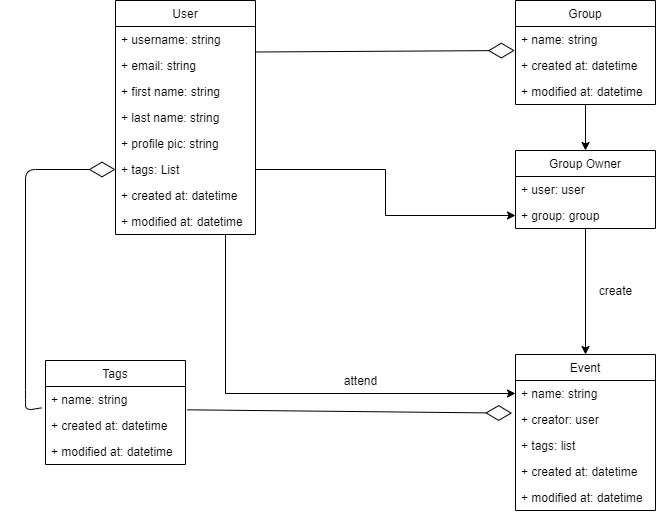
This is planing/images/classdiagram.png from freewarelovers/BetterMeet, a draw.io export, as it was before one commit. Source tidied: cells renumbered, new cells last; positions are measured from the earlier drawing's top-left corner, leaving out a move shared by most shapes. Its diagram source:
```xml
<mxGraphModel>
  <root>
    <mxCell id="0" />
    <mxCell id="1" parent="0" />
    <mxCell id="2" style="edgeStyle=orthogonalEdgeStyle;rounded=0;jettySize=auto;html=1;" parent="1" edge="1" source="3" target="25">
      <mxGeometry relative="1" as="geometry">
        <Array as="points">
          <mxPoint x="200" y="393" />
        </Array>
      </mxGeometry>
    </mxCell>
    <mxCell id="3" value="User" style="swimlane;fontStyle=0;horizontal=1;startSize=26;fillColor=none;" parent="1" vertex="1">
      <mxGeometry x="90" width="140" height="234" as="geometry" />
    </mxCell>
    <mxCell id="4" value="+ username: string" style="text;strokeColor=none;fillColor=none;align=left;verticalAlign=top;spacingLeft=4;spacingRight=4;overflow=hidden;" parent="3" vertex="1">
      <mxGeometry y="26" width="140" height="26" as="geometry" />
    </mxCell>
    <mxCell id="5" value="+ email: string" style="text;strokeColor=none;fillColor=none;align=left;verticalAlign=top;spacingLeft=4;spacingRight=4;overflow=hidden;" parent="3" vertex="1">
      <mxGeometry y="52" width="140" height="26" as="geometry" />
    </mxCell>
    <mxCell id="6" value="+ first name: string" style="text;strokeColor=none;fillColor=none;align=left;verticalAlign=top;spacingLeft=4;spacingRight=4;overflow=hidden;" parent="3" vertex="1">
      <mxGeometry y="78" width="140" height="26" as="geometry" />
    </mxCell>
    <mxCell id="7" value="+ last name: string" style="text;strokeColor=none;fillColor=none;align=left;verticalAlign=top;spacingLeft=4;spacingRight=4;overflow=hidden;" parent="3" vertex="1">
      <mxGeometry y="104" width="140" height="26" as="geometry" />
    </mxCell>
    <mxCell id="8" value="+ profile pic: string" style="text;strokeColor=none;fillColor=none;align=left;verticalAlign=top;spacingLeft=4;spacingRight=4;overflow=hidden;" parent="3" vertex="1">
      <mxGeometry y="130" width="140" height="26" as="geometry" />
    </mxCell>
    <mxCell id="9" value="+ tags: List" style="text;strokeColor=none;fillColor=none;align=left;verticalAlign=top;spacingLeft=4;spacingRight=4;overflow=hidden;points=[[0,0.5],[1,0.5]];portConstraint=eastwest;" parent="3" vertex="1">
      <mxGeometry y="156" width="140" height="26" as="geometry" />
    </mxCell>
    <mxCell id="10" value="+ created at: datetime" style="text;strokeColor=none;fillColor=none;align=left;verticalAlign=top;spacingLeft=4;spacingRight=4;overflow=hidden;" parent="3" vertex="1">
      <mxGeometry y="182" width="140" height="26" as="geometry" />
    </mxCell>
    <mxCell id="11" value="+ modified at: datetime" style="text;strokeColor=none;fillColor=none;align=left;verticalAlign=top;spacingLeft=4;spacingRight=4;overflow=hidden;" parent="3" vertex="1">
      <mxGeometry y="208" width="140" height="26" as="geometry" />
    </mxCell>
    <mxCell id="12" style="edgeStyle=orthogonalEdgeStyle;rounded=0;jettySize=auto;html=1;" parent="1" edge="1" source="13" target="20">
      <mxGeometry relative="1" as="geometry" />
    </mxCell>
    <mxCell id="13" value="Group" style="swimlane;fontStyle=0;horizontal=1;startSize=26;fillColor=none;" parent="1" vertex="1">
      <mxGeometry x="490" width="140" height="104" as="geometry" />
    </mxCell>
    <mxCell id="14" value="+ name: string" style="text;strokeColor=none;fillColor=none;align=left;verticalAlign=top;spacingLeft=4;spacingRight=4;overflow=hidden;points=[[0,0.5],[1,0.5]];portConstraint=eastwest;" parent="13" vertex="1">
      <mxGeometry y="26" width="140" height="26" as="geometry" />
    </mxCell>
    <mxCell id="15" value="+ created at: datetime" style="text;strokeColor=none;fillColor=none;align=left;verticalAlign=top;spacingLeft=4;spacingRight=4;overflow=hidden;" parent="13" vertex="1">
      <mxGeometry y="52" width="140" height="26" as="geometry" />
    </mxCell>
    <mxCell id="16" value="+ modified at: datetime" style="text;strokeColor=none;fillColor=none;align=left;verticalAlign=top;spacingLeft=4;spacingRight=4;overflow=hidden;" parent="13" vertex="1">
      <mxGeometry y="78" width="140" height="26" as="geometry" />
    </mxCell>
    <mxCell id="17" style="endArrow=diamondThin;endFill=0;endSize=24;html=1;entryX=-0.005;entryY=0.923;entryDx=0;entryDy=0;entryPerimeter=0;" parent="1" edge="1" target="14">
      <mxGeometry relative="1" as="geometry">
        <mxPoint x="230" y="51.5" as="sourcePoint" />
      </mxGeometry>
    </mxCell>
    <mxCell id="18" style="edgeStyle=orthogonalEdgeStyle;rounded=0;jettySize=auto;html=1;" parent="1" edge="1" source="9" target="22">
      <mxGeometry relative="1" as="geometry" />
    </mxCell>
    <mxCell id="19" style="edgeStyle=orthogonalEdgeStyle;rounded=0;jettySize=auto;html=1;entryX=0.5;entryY=0;entryDx=0;entryDy=0;" parent="1" edge="1" source="20" target="24">
      <mxGeometry relative="1" as="geometry" />
    </mxCell>
    <mxCell id="20" value="Group Owner" style="swimlane;fontStyle=0;horizontal=1;startSize=26;fillColor=none;" parent="1" vertex="1">
      <mxGeometry x="490" y="150" width="140" height="78" as="geometry" />
    </mxCell>
    <mxCell id="21" value="+ user: user" style="text;strokeColor=none;fillColor=none;align=left;verticalAlign=top;spacingLeft=4;spacingRight=4;overflow=hidden;" parent="20" vertex="1">
      <mxGeometry y="26" width="140" height="26" as="geometry" />
    </mxCell>
    <mxCell id="22" value="+ group: group" style="text;strokeColor=none;fillColor=none;align=left;verticalAlign=top;spacingLeft=4;spacingRight=4;overflow=hidden;points=[[0,0.5],[1,0.5]];portConstraint=eastwest;" parent="20" vertex="1">
      <mxGeometry y="52" width="140" height="26" as="geometry" />
    </mxCell>
    <mxCell id="23" style="endArrow=diamondThin;endFill=0;endSize=24;html=1;exitX=-0.029;exitY=0.821;exitDx=0;exitDy=0;exitPerimeter=0;" parent="1" edge="1" source="33" target="9">
      <mxGeometry relative="1" as="geometry">
        <Array as="points">
          <mxPoint y="410" />
          <mxPoint y="399" />
          <mxPoint y="169" />
        </Array>
      </mxGeometry>
    </mxCell>
    <mxCell id="24" value="Event" style="swimlane;fontStyle=0;horizontal=1;startSize=26;fillColor=none;" parent="1" vertex="1">
      <mxGeometry x="490" y="354" width="140" height="156" as="geometry" />
    </mxCell>
    <mxCell id="25" value="+ name: string" style="text;strokeColor=none;fillColor=none;align=left;verticalAlign=top;spacingLeft=4;spacingRight=4;overflow=hidden;points=[[0,0.5],[1,0.5]];portConstraint=eastwest;" parent="24" vertex="1">
      <mxGeometry y="26" width="140" height="26" as="geometry" />
    </mxCell>
    <mxCell id="26" value="+ creator: user" style="text;strokeColor=none;fillColor=none;align=left;verticalAlign=top;spacingLeft=4;spacingRight=4;overflow=hidden;points=[[0,0.5],[1,0.5]];portConstraint=eastwest;" parent="24" vertex="1">
      <mxGeometry y="52" width="140" height="26" as="geometry" />
    </mxCell>
    <mxCell id="27" value="+ tags: list" style="text;strokeColor=none;fillColor=none;align=left;verticalAlign=top;spacingLeft=4;spacingRight=4;overflow=hidden;" parent="24" vertex="1">
      <mxGeometry y="78" width="140" height="26" as="geometry" />
    </mxCell>
    <mxCell id="28" value="+ created at: datetime" style="text;strokeColor=none;fillColor=none;align=left;verticalAlign=top;spacingLeft=4;spacingRight=4;overflow=hidden;" parent="24" vertex="1">
      <mxGeometry y="104" width="140" height="26" as="geometry" />
    </mxCell>
    <mxCell id="29" value="+ modified at: datetime" style="text;strokeColor=none;fillColor=none;align=left;verticalAlign=top;spacingLeft=4;spacingRight=4;overflow=hidden;points=[[0,0.5],[1,0.5]];portConstraint=eastwest;" parent="24" vertex="1">
      <mxGeometry y="130" width="140" height="26" as="geometry" />
    </mxCell>
    <mxCell id="30" style="endArrow=diamondThin;endFill=0;endSize=24;html=1;entryX=-0.024;entryY=0.256;entryDx=0;entryDy=0;entryPerimeter=0;exitX=1.014;exitY=-0.103;exitDx=0;exitDy=0;exitPerimeter=0;" parent="1" edge="1" source="34" target="26">
      <mxGeometry relative="1" as="geometry" />
    </mxCell>
    <mxCell id="31" value="create" style="text;html=1;align=center;verticalAlign=middle;" parent="1" vertex="1">
      <mxGeometry x="565" y="280" width="50" height="20" as="geometry" />
    </mxCell>
    <mxCell id="32" value="Tags" style="swimlane;fontStyle=0;horizontal=1;startSize=26;fillColor=none;" parent="1" vertex="1">
      <mxGeometry x="20" y="360" width="140" height="104" as="geometry" />
    </mxCell>
    <mxCell id="33" value="+ name: string" style="text;strokeColor=none;fillColor=none;align=left;verticalAlign=top;spacingLeft=4;spacingRight=4;overflow=hidden;points=[[0,0.5],[1,0.5]];portConstraint=eastwest;" parent="32" vertex="1">
      <mxGeometry y="26" width="140" height="26" as="geometry" />
    </mxCell>
    <mxCell id="34" value="+ created at: datetime" style="text;strokeColor=none;fillColor=none;align=left;verticalAlign=top;spacingLeft=4;spacingRight=4;overflow=hidden;points=[[0,0.5],[1,0.5]];portConstraint=eastwest;" parent="32" vertex="1">
      <mxGeometry y="52" width="140" height="26" as="geometry" />
    </mxCell>
    <mxCell id="35" value="+ modified at: datetime" style="text;strokeColor=none;fillColor=none;align=left;verticalAlign=top;spacingLeft=4;spacingRight=4;overflow=hidden;" parent="32" vertex="1">
      <mxGeometry y="78" width="140" height="26" as="geometry" />
    </mxCell>
    <mxCell id="36" value="attend" style="text;html=1;align=center;verticalAlign=middle;" parent="1" vertex="1">
      <mxGeometry x="310" y="370" width="50" height="20" as="geometry" />
    </mxCell>
  </root>
</mxGraphModel>
```
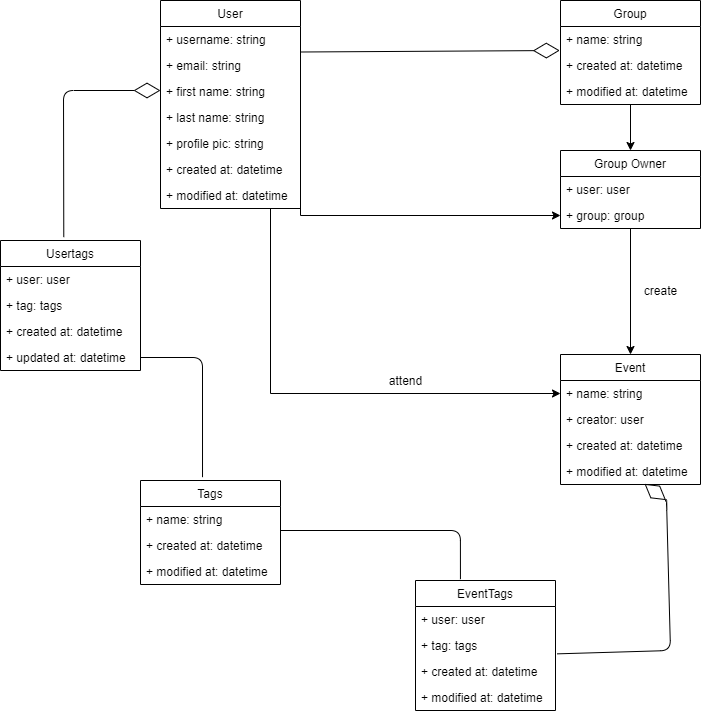
The same file after the commit.

Commit message:
update class diagram

Change to the diagram source:
```diff
@@ -10,7 +10,7 @@
       </mxGeometry>
     </mxCell>
     <mxCell id="3" value="User" style="swimlane;fontStyle=0;horizontal=1;startSize=26;fillColor=none;" parent="1" vertex="1">
-      <mxGeometry x="90" width="140" height="234" as="geometry" />
+      <mxGeometry x="90" width="140" height="208" as="geometry" />
     </mxCell>
     <mxCell id="4" value="+ username: string" style="text;strokeColor=none;fillColor=none;align=left;verticalAlign=top;spacingLeft=4;spacingRight=4;overflow=hidden;" parent="3" vertex="1">
       <mxGeometry y="26" width="140" height="26" as="geometry" />
@@ -27,14 +27,11 @@
     <mxCell id="8" value="+ profile pic: string" style="text;strokeColor=none;fillColor=none;align=left;verticalAlign=top;spacingLeft=4;spacingRight=4;overflow=hidden;" parent="3" vertex="1">
       <mxGeometry y="130" width="140" height="26" as="geometry" />
     </mxCell>
-    <mxCell id="9" value="+ tags: List" style="text;strokeColor=none;fillColor=none;align=left;verticalAlign=top;spacingLeft=4;spacingRight=4;overflow=hidden;points=[[0,0.5],[1,0.5]];portConstraint=eastwest;" parent="3" vertex="1">
-      <mxGeometry y="156" width="140" height="26" as="geometry" />
-    </mxCell>
     <mxCell id="10" value="+ created at: datetime" style="text;strokeColor=none;fillColor=none;align=left;verticalAlign=top;spacingLeft=4;spacingRight=4;overflow=hidden;" parent="3" vertex="1">
-      <mxGeometry y="182" width="140" height="26" as="geometry" />
+      <mxGeometry y="156" width="140" height="26" as="geometry" />
     </mxCell>
     <mxCell id="11" value="+ modified at: datetime" style="text;strokeColor=none;fillColor=none;align=left;verticalAlign=top;spacingLeft=4;spacingRight=4;overflow=hidden;" parent="3" vertex="1">
-      <mxGeometry y="208" width="140" height="26" as="geometry" />
+      <mxGeometry y="182" width="140" height="26" as="geometry" />
     </mxCell>
     <mxCell id="12" style="edgeStyle=orthogonalEdgeStyle;rounded=0;jettySize=auto;html=1;" parent="1" edge="1" source="13" target="20">
       <mxGeometry relative="1" as="geometry" />
@@ -56,8 +53,10 @@
         <mxPoint x="230" y="51.5" as="sourcePoint" />
       </mxGeometry>
     </mxCell>
-    <mxCell id="18" style="edgeStyle=orthogonalEdgeStyle;rounded=0;jettySize=auto;html=1;" parent="1" edge="1" source="9" target="22">
-      <mxGeometry relative="1" as="geometry" />
+    <mxCell id="18" style="edgeStyle=orthogonalEdgeStyle;rounded=0;jettySize=auto;html=1;" parent="1" edge="1" target="22">
+      <mxGeometry relative="1" as="geometry">
+        <mxPoint x="230" y="169" as="sourcePoint" />
+      </mxGeometry>
     </mxCell>
     <mxCell id="19" style="edgeStyle=orthogonalEdgeStyle;rounded=0;jettySize=auto;html=1;entryX=0.5;entryY=0;entryDx=0;entryDy=0;" parent="1" edge="1" source="20" target="24">
       <mxGeometry relative="1" as="geometry" />
@@ -71,17 +70,8 @@
     <mxCell id="22" value="+ group: group" style="text;strokeColor=none;fillColor=none;align=left;verticalAlign=top;spacingLeft=4;spacingRight=4;overflow=hidden;points=[[0,0.5],[1,0.5]];portConstraint=eastwest;" parent="20" vertex="1">
       <mxGeometry y="52" width="140" height="26" as="geometry" />
     </mxCell>
-    <mxCell id="23" style="endArrow=diamondThin;endFill=0;endSize=24;html=1;exitX=-0.029;exitY=0.821;exitDx=0;exitDy=0;exitPerimeter=0;" parent="1" edge="1" source="33" target="9">
-      <mxGeometry relative="1" as="geometry">
-        <Array as="points">
-          <mxPoint y="410" />
-          <mxPoint y="399" />
-          <mxPoint y="169" />
-        </Array>
-      </mxGeometry>
-    </mxCell>
     <mxCell id="24" value="Event" style="swimlane;fontStyle=0;horizontal=1;startSize=26;fillColor=none;" parent="1" vertex="1">
-      <mxGeometry x="490" y="354" width="140" height="156" as="geometry" />
+      <mxGeometry x="490" y="354" width="140" height="130" as="geometry" />
     </mxCell>
     <mxCell id="25" value="+ name: string" style="text;strokeColor=none;fillColor=none;align=left;verticalAlign=top;spacingLeft=4;spacingRight=4;overflow=hidden;points=[[0,0.5],[1,0.5]];portConstraint=eastwest;" parent="24" vertex="1">
       <mxGeometry y="26" width="140" height="26" as="geometry" />
@@ -89,23 +79,20 @@
     <mxCell id="26" value="+ creator: user" style="text;strokeColor=none;fillColor=none;align=left;verticalAlign=top;spacingLeft=4;spacingRight=4;overflow=hidden;points=[[0,0.5],[1,0.5]];portConstraint=eastwest;" parent="24" vertex="1">
       <mxGeometry y="52" width="140" height="26" as="geometry" />
     </mxCell>
-    <mxCell id="27" value="+ tags: list" style="text;strokeColor=none;fillColor=none;align=left;verticalAlign=top;spacingLeft=4;spacingRight=4;overflow=hidden;" parent="24" vertex="1">
-      <mxGeometry y="78" width="140" height="26" as="geometry" />
-    </mxCell>
     <mxCell id="28" value="+ created at: datetime" style="text;strokeColor=none;fillColor=none;align=left;verticalAlign=top;spacingLeft=4;spacingRight=4;overflow=hidden;" parent="24" vertex="1">
-      <mxGeometry y="104" width="140" height="26" as="geometry" />
+      <mxGeometry y="78" width="140" height="26" as="geometry" />
     </mxCell>
     <mxCell id="29" value="+ modified at: datetime" style="text;strokeColor=none;fillColor=none;align=left;verticalAlign=top;spacingLeft=4;spacingRight=4;overflow=hidden;points=[[0,0.5],[1,0.5]];portConstraint=eastwest;" parent="24" vertex="1">
-      <mxGeometry y="130" width="140" height="26" as="geometry" />
+      <mxGeometry y="104" width="140" height="26" as="geometry" />
     </mxCell>
-    <mxCell id="30" style="endArrow=diamondThin;endFill=0;endSize=24;html=1;entryX=-0.024;entryY=0.256;entryDx=0;entryDy=0;entryPerimeter=0;exitX=1.014;exitY=-0.103;exitDx=0;exitDy=0;exitPerimeter=0;" parent="1" edge="1" source="34" target="26">
-      <mxGeometry relative="1" as="geometry" />
-    </mxCell>
     <mxCell id="31" value="create" style="text;html=1;align=center;verticalAlign=middle;" parent="1" vertex="1">
       <mxGeometry x="565" y="280" width="50" height="20" as="geometry" />
     </mxCell>
+    <mxCell id="36" value="attend" style="text;html=1;align=center;verticalAlign=middle;" parent="1" vertex="1">
+      <mxGeometry x="310" y="370" width="50" height="20" as="geometry" />
+    </mxCell>
     <mxCell id="32" value="Tags" style="swimlane;fontStyle=0;horizontal=1;startSize=26;fillColor=none;" parent="1" vertex="1">
-      <mxGeometry x="20" y="360" width="140" height="104" as="geometry" />
+      <mxGeometry x="70" y="480" width="140" height="104" as="geometry" />
     </mxCell>
     <mxCell id="33" value="+ name: string" style="text;strokeColor=none;fillColor=none;align=left;verticalAlign=top;spacingLeft=4;spacingRight=4;overflow=hidden;points=[[0,0.5],[1,0.5]];portConstraint=eastwest;" parent="32" vertex="1">
       <mxGeometry y="26" width="140" height="26" as="geometry" />
@@ -116,8 +103,59 @@
     <mxCell id="35" value="+ modified at: datetime" style="text;strokeColor=none;fillColor=none;align=left;verticalAlign=top;spacingLeft=4;spacingRight=4;overflow=hidden;" parent="32" vertex="1">
       <mxGeometry y="78" width="140" height="26" as="geometry" />
     </mxCell>
-    <mxCell id="36" value="attend" style="text;html=1;align=center;verticalAlign=middle;" parent="1" vertex="1">
-      <mxGeometry x="310" y="370" width="50" height="20" as="geometry" />
-    </mxCell>
+    <mxCell id="37" value="Usertags" style="swimlane;fontStyle=0;horizontal=1;startSize=26;fillColor=none;" parent="1" vertex="1">
+      <mxGeometry x="-70" y="240" width="140" height="130" as="geometry" />
+    </mxCell>
+    <mxCell id="38" value="+ user: user" style="text;strokeColor=none;fillColor=none;align=left;verticalAlign=top;spacingLeft=4;spacingRight=4;overflow=hidden;" parent="37" vertex="1">
+      <mxGeometry y="26" width="140" height="26" as="geometry" />
+    </mxCell>
+    <mxCell id="39" value="+ tag: tags" style="text;strokeColor=none;fillColor=none;align=left;verticalAlign=top;spacingLeft=4;spacingRight=4;overflow=hidden;" parent="37" vertex="1">
+      <mxGeometry y="52" width="140" height="26" as="geometry" />
+    </mxCell>
+    <mxCell id="40" value="+ created at: datetime" style="text;strokeColor=none;fillColor=none;align=left;verticalAlign=top;spacingLeft=4;spacingRight=4;overflow=hidden;" parent="37" vertex="1">
+      <mxGeometry y="78" width="140" height="26" as="geometry" />
+    </mxCell>
+    <mxCell id="41" value="+ updated at: datetime" style="text;strokeColor=none;fillColor=none;align=left;verticalAlign=top;spacingLeft=4;spacingRight=4;overflow=hidden;points=[[0,0.5],[1,0.5]];portConstraint=eastwest;" parent="37" vertex="1">
+      <mxGeometry y="104" width="140" height="26" as="geometry" />
+    </mxCell>
+    <mxCell id="42" style="endArrow=diamondThin;endFill=0;endSize=24;html=1;exitX=0.452;exitY=-0.026;exitDx=0;exitDy=0;exitPerimeter=0;" parent="1" edge="1" source="37">
+      <mxGeometry relative="1" as="geometry">
+        <mxPoint x="90" y="90" as="targetPoint" />
+        <Array as="points">
+          <mxPoint x="-7" y="90" />
+        </Array>
+      </mxGeometry>
+    </mxCell>
+    <mxCell id="43" style="endArrow=none;html=1;edgeStyle=orthogonalEdgeStyle;entryX=0.443;entryY=-0.032;entryDx=0;entryDy=0;entryPerimeter=0;exitX=1;exitY=0.5;exitDx=0;exitDy=0;" parent="1" edge="1" source="41" target="32">
+      <mxGeometry relative="1" as="geometry" />
+    </mxCell>
+    <mxCell id="44" value="EventTags" style="swimlane;fontStyle=0;horizontal=1;startSize=26;fillColor=none;" parent="1" vertex="1">
+      <mxGeometry x="345" y="580" width="140" height="130" as="geometry" />
+    </mxCell>
+    <mxCell id="45" value="+ user: user" style="text;strokeColor=none;fillColor=none;align=left;verticalAlign=top;spacingLeft=4;spacingRight=4;overflow=hidden;" parent="44" vertex="1">
+      <mxGeometry y="26" width="140" height="26" as="geometry" />
+    </mxCell>
+    <mxCell id="46" value="+ tag: tags" style="text;strokeColor=none;fillColor=none;align=left;verticalAlign=top;spacingLeft=4;spacingRight=4;overflow=hidden;points=[[0,0.5],[1,0.5]];portConstraint=eastwest;" parent="44" vertex="1">
+      <mxGeometry y="52" width="140" height="26" as="geometry" />
+    </mxCell>
+    <mxCell id="47" value="+ created at: datetime" style="text;strokeColor=none;fillColor=none;align=left;verticalAlign=top;spacingLeft=4;spacingRight=4;overflow=hidden;" parent="44" vertex="1">
+      <mxGeometry y="78" width="140" height="26" as="geometry" />
+    </mxCell>
+    <mxCell id="48" value="+ modified at: datetime" style="text;strokeColor=none;fillColor=none;align=left;verticalAlign=top;spacingLeft=4;spacingRight=4;overflow=hidden;" parent="44" vertex="1">
+      <mxGeometry y="104" width="140" height="26" as="geometry" />
+    </mxCell>
+    <mxCell id="49" style="endArrow=none;html=1;edgeStyle=orthogonalEdgeStyle;entryX=0.321;entryY=-0.01;entryDx=0;entryDy=0;entryPerimeter=0;exitX=1;exitY=0.5;exitDx=0;exitDy=0;" parent="1" edge="1" target="44">
+      <mxGeometry relative="1" as="geometry">
+        <mxPoint x="210" y="530" as="sourcePoint" />
+      </mxGeometry>
+    </mxCell>
+    <mxCell id="50" style="endArrow=diamondThin;endFill=0;endSize=24;html=1;entryX=0.6;entryY=0.974;entryDx=0;entryDy=0;entryPerimeter=0;exitX=1.012;exitY=0.821;exitDx=0;exitDy=0;exitPerimeter=0;" parent="1" edge="1" source="46" target="29">
+      <mxGeometry relative="1" as="geometry">
+        <Array as="points">
+          <mxPoint x="600" y="650" />
+          <mxPoint x="596" y="500" />
+        </Array>
+      </mxGeometry>
+    </mxCell>
   </root>
 </mxGraphModel>
```
